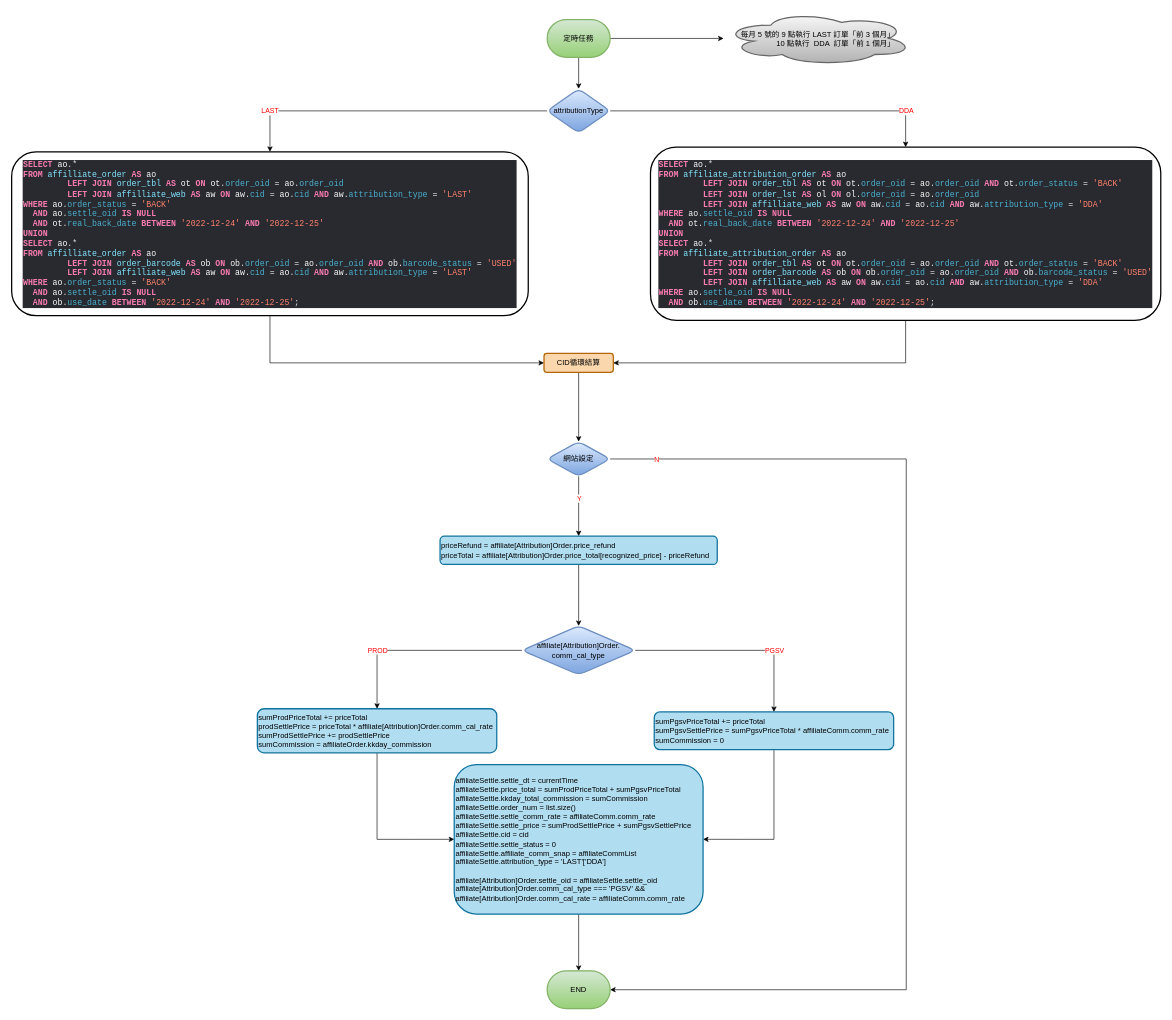
The draw.io diagram 聯盟分潤的業務流程.drawio in mikeah2011/oss, before the edit. Source tidied: cells renumbered, new cells numbered last; positions are measured from the earlier drawing's top-left corner, leaving out a move shared by most shapes. Both pictures are drawn from the tidied source at 63%, with x=0, y=0 at pixel (11, 11).
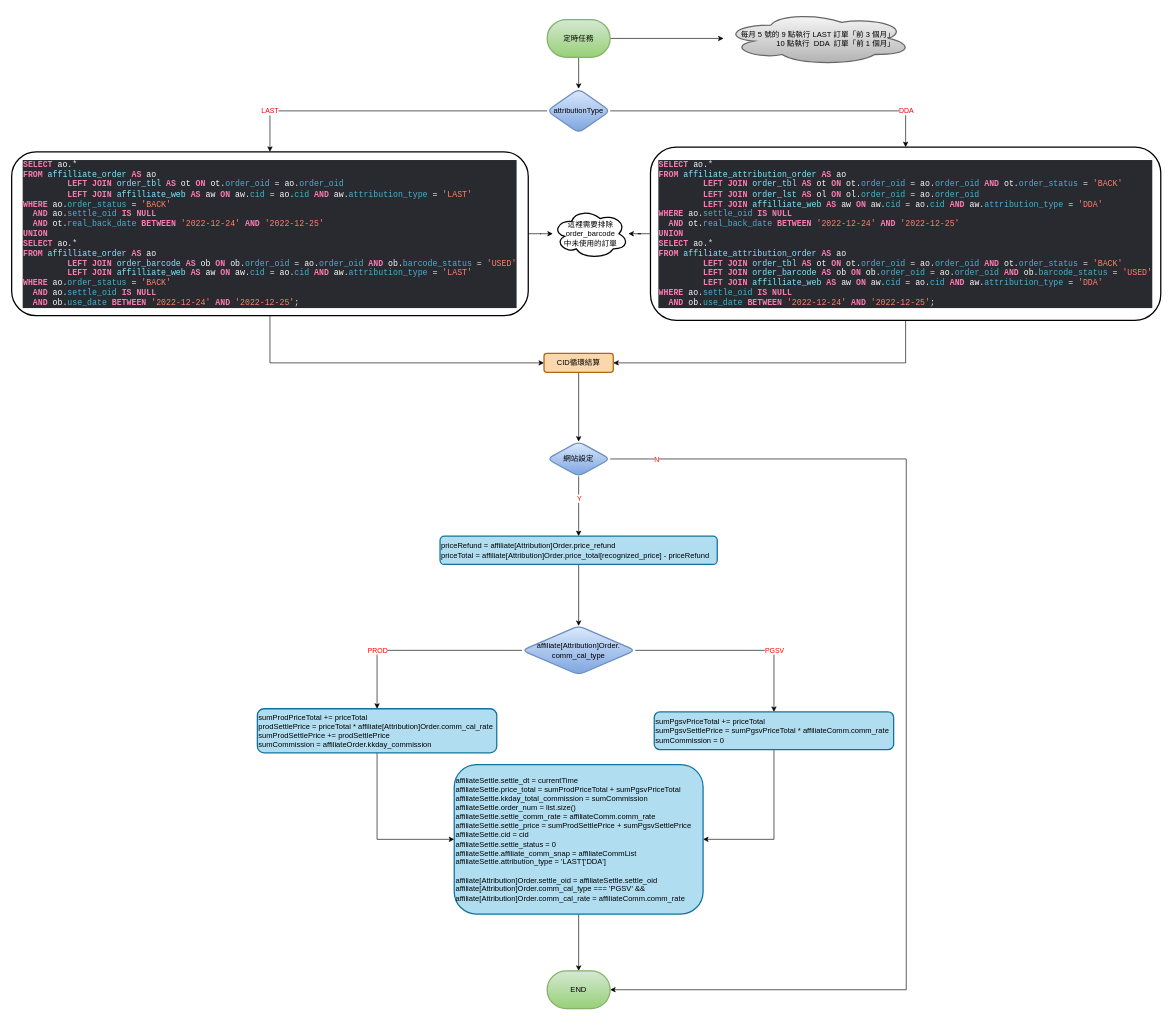
The same page after the edit.

Commit message (it also covers changes not shown here):
更新聯盟分潤的業務流程.drawio

Unchanged cells that the change refers to:
```xml
<mxCell id="10" value="&lt;div style=&quot;caret-color: rgb(0, 0, 0); text-align: start; text-size-adjust: auto;&quot; class=&quot;mind-clipboard&quot;&gt;&lt;div style=&quot;background-color:#292a30;color:#dfdfe0;font-family:'JetBrains Mono',monospace;font-size:9.8pt;&quot;&gt;&lt;pre&gt;&lt;span style=&quot;color:#f97bb0;font-weight:bold;&quot;&gt;SELECT &lt;/span&gt;&lt;span style=&quot;color:#fcfcfc;&quot;&gt;ao&lt;/span&gt;.*&lt;br&gt;&lt;span style=&quot;color:#f97bb0;font-weight:bold;&quot;&gt;FROM &lt;/span&gt;&lt;span style=&quot;color:#82e6ff;&quot;&gt;affilliate_order &lt;/span&gt;&lt;span style=&quot;color:#f97bb0;font-weight:bold;&quot;&gt;AS &lt;/span&gt;&lt;span style=&quot;color:#fcfcfc;&quot;&gt;ao&lt;br&gt;&lt;/span&gt;&lt;span style=&quot;color:#fcfcfc;&quot;&gt;         &lt;/span&gt;&lt;span style=&quot;color:#f97bb0;font-weight:bold;&quot;&gt;LEFT JOIN &lt;/span&gt;&lt;span style=&quot;color:#82e6ff;&quot;&gt;order_tbl &lt;/span&gt;&lt;span style=&quot;color:#f97bb0;font-weight:bold;&quot;&gt;AS &lt;/span&gt;&lt;span style=&quot;color:#fcfcfc;&quot;&gt;ot &lt;/span&gt;&lt;span style=&quot;color:#f97bb0;font-weight:bold;&quot;&gt;ON &lt;/span&gt;&lt;span style=&quot;color:#fcfcfc;&quot;&gt;ot&lt;/span&gt;.&lt;span style=&quot;color:#49b0ce;&quot;&gt;order_oid &lt;/span&gt;= &lt;span style=&quot;color:#fcfcfc;&quot;&gt;ao&lt;/span&gt;.&lt;span style=&quot;color:#49b0ce;&quot;&gt;order_oid&lt;br&gt;&lt;/span&gt;&lt;span style=&quot;color:#49b0ce;&quot;&gt;         &lt;/span&gt;&lt;span style=&quot;color:#f97bb0;font-weight:bold;&quot;&gt;LEFT JOIN &lt;/span&gt;&lt;span style=&quot;color:#82e6ff;&quot;&gt;affilliate_web &lt;/span&gt;&lt;span style=&quot;color:#f97bb0;font-weight:bold;&quot;&gt;AS &lt;/span&gt;&lt;span style=&quot;color:#fcfcfc;&quot;&gt;aw &lt;/span&gt;&lt;span style=&quot;color:#f97bb0;font-weight:bold;&quot;&gt;ON &lt;/span&gt;&lt;span style=&quot;color:#fcfcfc;&quot;&gt;aw&lt;/span&gt;.&lt;span style=&quot;color:#49b0ce;&quot;&gt;cid &lt;/span&gt;= &lt;span style=&quot;color:#fcfcfc;&quot;&gt;ao&lt;/span&gt;.&lt;span style=&quot;color:#49b0ce;&quot;&gt;cid &lt;/span&gt;&lt;span style=&quot;color:#f97bb0;font-weight:bold;&quot;&gt;AND &lt;/span&gt;&lt;span style=&quot;color:#fcfcfc;&quot;&gt;aw&lt;/span&gt;.&lt;span style=&quot;color:#49b0ce;&quot;&gt;attribution_type &lt;/span&gt;= &lt;span style=&quot;color:#ff806c;&quot;&gt;'LAST'&lt;br&gt;&lt;/span&gt;&lt;span style=&quot;color:#f97bb0;font-weight:bold;&quot;&gt;WHERE &lt;/span&gt;&lt;span style=&quot;color:#fcfcfc;&quot;&gt;ao&lt;/span&gt;.&lt;span style=&quot;color:#49b0ce;&quot;&gt;order_status &lt;/span&gt;= &lt;span style=&quot;color:#ff806c;&quot;&gt;'BACK'&lt;br&gt;&lt;/span&gt;&lt;span style=&quot;color:#ff806c;&quot;&gt;  &lt;/span&gt;&lt;span style=&quot;color:#f97bb0;font-weight:bold;&quot;&gt;AND &lt;/span&gt;&lt;span style=&quot;color:#fcfcfc;&quot;&gt;ao&lt;/span&gt;.&lt;span style=&quot;color:#49b0ce;&quot;&gt;settle_oid &lt;/span&gt;&lt;span style=&quot;color:#f97bb0;font-weight:bold;&quot;&gt;IS NULL&lt;br&gt;&lt;/span&gt;&lt;span style=&quot;color:#f97bb0;font-weight:bold;&quot;&gt;  AND &lt;/span&gt;&lt;span style=&quot;color:#fcfcfc;&quot;&gt;ot&lt;/span&gt;.&lt;span style=&quot;color:#49b0ce;&quot;&gt;real_back_date &lt;/span&gt;&lt;span style=&quot;color:#f97bb0;font-weight:bold;&quot;&gt;BETWEEN &lt;/span&gt;&lt;span style=&quot;color:#ff806c;&quot;&gt;'2022-12-24' &lt;/span&gt;&lt;span style=&quot;color:#f97bb0;font-weight:bold;&quot;&gt;AND &lt;/span&gt;&lt;span style=&quot;color:#ff806c;&quot;&gt;'2022-12-25'&lt;br&gt;&lt;/span&gt;&lt;span style=&quot;color:#f97bb0;font-weight:bold;&quot;&gt;UNION&lt;br&gt;&lt;/span&gt;&lt;span style=&quot;color:#f97bb0;font-weight:bold;&quot;&gt;SELECT &lt;/span&gt;&lt;span style=&quot;color:#fcfcfc;&quot;&gt;ao&lt;/span&gt;.*&lt;br&gt;&lt;span style=&quot;color:#f97bb0;font-weight:bold;&quot;&gt;FROM &lt;/span&gt;&lt;span style=&quot;color:#82e6ff;&quot;&gt;affilliate_order &lt;/span&gt;&lt;span style=&quot;color:#f97bb0;font-weight:bold;&quot;&gt;AS &lt;/span&gt;&lt;span style=&quot;color:#fcfcfc;&quot;&gt;ao&lt;br&gt;&lt;/span&gt;&lt;span style=&quot;color:#fcfcfc;&quot;&gt;         &lt;/span&gt;&lt;span style=&quot;color:#f97bb0;font-weight:bold;&quot;&gt;LEFT JOIN &lt;/span&gt;&lt;span style=&quot;color:#82e6ff;&quot;&gt;order_barcode &lt;/span&gt;&lt;span style=&quot;color:#f97bb0;font-weight:bold;&quot;&gt;AS &lt;/span&gt;&lt;span style=&quot;color:#fcfcfc;&quot;&gt;ob &lt;/span&gt;&lt;span style=&quot;color:#f97bb0;font-weight:bold;&quot;&gt;ON &lt;/span&gt;&lt;span style=&quot;color:#fcfcfc;&quot;&gt;ob&lt;/span&gt;.&lt;span style=&quot;color:#49b0ce;&quot;&gt;order_oid &lt;/span&gt;= &lt;span style=&quot;color:#fcfcfc;&quot;&gt;ao&lt;/span&gt;.&lt;span style=&quot;color:#49b0ce;&quot;&gt;order_oid &lt;/span&gt;&lt;span style=&quot;color:#f97bb0;font-weight:bold;&quot;&gt;AND &lt;/span&gt;&lt;span style=&quot;color:#fcfcfc;&quot;&gt;ob&lt;/span&gt;.&lt;span style=&quot;color:#49b0ce;&quot;&gt;barcode_status &lt;/span&gt;= &lt;span style=&quot;color:#ff806c;&quot;&gt;'USED'&lt;br&gt;&lt;/span&gt;&lt;span style=&quot;color:#ff806c;&quot;&gt;         &lt;/span&gt;&lt;span style=&quot;color:#f97bb0;font-weight:bold;&quot;&gt;LEFT JOIN &lt;/span&gt;&lt;span style=&quot;color:#82e6ff;&quot;&gt;affilliate_web &lt;/span&gt;&lt;span style=&quot;color:#f97bb0;font-weight:bold;&quot;&gt;AS &lt;/span&gt;&lt;span style=&quot;color:#fcfcfc;&quot;&gt;aw &lt;/span&gt;&lt;span style=&quot;color:#f97bb0;font-weight:bold;&quot;&gt;ON &lt;/span&gt;&lt;span style=&quot;color:#fcfcfc;&quot;&gt;aw&lt;/span&gt;.&lt;span style=&quot;color:#49b0ce;&quot;&gt;cid &lt;/span&gt;= &lt;span style=&quot;color:#fcfcfc;&quot;&gt;ao&lt;/span&gt;.&lt;span style=&quot;color:#49b0ce;&quot;&gt;cid &lt;/span&gt;&lt;span style=&quot;color:#f97bb0;font-weight:bold;&quot;&gt;AND &lt;/span&gt;&lt;span style=&quot;color:#fcfcfc;&quot;&gt;aw&lt;/span&gt;.&lt;span style=&quot;color:#49b0ce;&quot;&gt;attribution_type &lt;/span&gt;= &lt;span style=&quot;color:#ff806c;&quot;&gt;'LAST'&lt;br&gt;&lt;/span&gt;&lt;span style=&quot;color:#f97bb0;font-weight:bold;&quot;&gt;WHERE &lt;/span&gt;&lt;span style=&quot;color:#fcfcfc;&quot;&gt;ao&lt;/span&gt;.&lt;span style=&quot;color:#49b0ce;&quot;&gt;order_status &lt;/span&gt;= &lt;span style=&quot;color:#ff806c;&quot;&gt;'BACK'&lt;br&gt;&lt;/span&gt;&lt;span style=&quot;color:#ff806c;&quot;&gt;  &lt;/span&gt;&lt;span style=&quot;color:#f97bb0;font-weight:bold;&quot;&gt;AND &lt;/span&gt;&lt;span style=&quot;color:#fcfcfc;&quot;&gt;ao&lt;/span&gt;.&lt;span style=&quot;color:#49b0ce;&quot;&gt;settle_oid &lt;/span&gt;&lt;span style=&quot;color:#f97bb0;font-weight:bold;&quot;&gt;IS NULL&lt;br&gt;&lt;/span&gt;&lt;span style=&quot;color:#f97bb0;font-weight:bold;&quot;&gt;  AND &lt;/span&gt;&lt;span style=&quot;color:#fcfcfc;&quot;&gt;ob&lt;/span&gt;.&lt;span style=&quot;color:#49b0ce;&quot;&gt;use_date &lt;/span&gt;&lt;span style=&quot;color:#f97bb0;font-weight:bold;&quot;&gt;BETWEEN &lt;/span&gt;&lt;span style=&quot;color:#ff806c;&quot;&gt;'2022-12-24' &lt;/span&gt;&lt;span style=&quot;color:#f97bb0;font-weight:bold;&quot;&gt;AND &lt;/span&gt;&lt;span style=&quot;color:#ff806c;&quot;&gt;'2022-12-25'&lt;/span&gt;;&lt;/pre&gt;&lt;/div&gt;&lt;/div&gt;" style="rounded=1;whiteSpace=wrap;html=1;strokeWidth=2;" parent="1" vertex="1">
  <mxGeometry y="222.5" width="820" height="260" as="geometry" />
</mxCell>
<mxCell id="12" value="&lt;div style=&quot;caret-color: rgb(0, 0, 0); text-align: start; text-size-adjust: auto;&quot; class=&quot;mind-clipboard&quot;&gt;&lt;div style=&quot;background-color:#292a30;color:#dfdfe0;font-family:'JetBrains Mono',monospace;font-size:9.8pt;&quot;&gt;&lt;pre&gt;&lt;span style=&quot;color:#f97bb0;font-weight:bold;&quot;&gt;SELECT &lt;/span&gt;&lt;span style=&quot;color:#fcfcfc;&quot;&gt;ao&lt;/span&gt;.*&lt;br&gt;&lt;span style=&quot;color:#f97bb0;font-weight:bold;&quot;&gt;FROM &lt;/span&gt;&lt;span style=&quot;color:#82e6ff;&quot;&gt;affiliate_attribution_order &lt;/span&gt;&lt;span style=&quot;color:#f97bb0;font-weight:bold;&quot;&gt;AS &lt;/span&gt;&lt;span style=&quot;color:#fcfcfc;&quot;&gt;ao&lt;br&gt;&lt;/span&gt;&lt;span style=&quot;color:#fcfcfc;&quot;&gt;         &lt;/span&gt;&lt;span style=&quot;color:#f97bb0;font-weight:bold;&quot;&gt;LEFT JOIN &lt;/span&gt;&lt;span style=&quot;color:#82e6ff;&quot;&gt;order_tbl &lt;/span&gt;&lt;span style=&quot;color:#f97bb0;font-weight:bold;&quot;&gt;AS &lt;/span&gt;&lt;span style=&quot;color:#fcfcfc;&quot;&gt;ot &lt;/span&gt;&lt;span style=&quot;color:#f97bb0;font-weight:bold;&quot;&gt;ON &lt;/span&gt;&lt;span style=&quot;color:#fcfcfc;&quot;&gt;ot&lt;/span&gt;.&lt;span style=&quot;color:#49b0ce;&quot;&gt;order_oid &lt;/span&gt;= &lt;span style=&quot;color:#fcfcfc;&quot;&gt;ao&lt;/span&gt;.&lt;span style=&quot;color:#49b0ce;&quot;&gt;order_oid &lt;/span&gt;&lt;span style=&quot;color:#f97bb0;font-weight:bold;&quot;&gt;AND &lt;/span&gt;&lt;span style=&quot;color:#fcfcfc;&quot;&gt;ot&lt;/span&gt;.&lt;span style=&quot;color:#49b0ce;&quot;&gt;order_status &lt;/span&gt;= &lt;span style=&quot;color:#ff806c;&quot;&gt;'BACK'&lt;br&gt;&lt;/span&gt;&lt;span style=&quot;color:#ff806c;&quot;&gt;         &lt;/span&gt;&lt;span style=&quot;color:#f97bb0;font-weight:bold;&quot;&gt;LEFT JOIN &lt;/span&gt;&lt;span style=&quot;color:#82e6ff;&quot;&gt;order_lst &lt;/span&gt;&lt;span style=&quot;color:#f97bb0;font-weight:bold;&quot;&gt;AS &lt;/span&gt;&lt;span style=&quot;color:#fcfcfc;&quot;&gt;ol &lt;/span&gt;&lt;span style=&quot;color:#f97bb0;font-weight:bold;&quot;&gt;ON &lt;/span&gt;&lt;span style=&quot;color:#fcfcfc;&quot;&gt;ol&lt;/span&gt;.&lt;span style=&quot;color:#49b0ce;&quot;&gt;order_oid &lt;/span&gt;= &lt;span style=&quot;color:#fcfcfc;&quot;&gt;ao&lt;/span&gt;.&lt;span style=&quot;color:#49b0ce;&quot;&gt;order_oid&lt;br&gt;&lt;/span&gt;&lt;span style=&quot;color:#49b0ce;&quot;&gt;         &lt;/span&gt;&lt;span style=&quot;color:#f97bb0;font-weight:bold;&quot;&gt;LEFT JOIN &lt;/span&gt;&lt;span style=&quot;color:#82e6ff;&quot;&gt;affilliate_web &lt;/span&gt;&lt;span style=&quot;color:#f97bb0;font-weight:bold;&quot;&gt;AS &lt;/span&gt;&lt;span style=&quot;color:#fcfcfc;&quot;&gt;aw &lt;/span&gt;&lt;span style=&quot;color:#f97bb0;font-weight:bold;&quot;&gt;ON &lt;/span&gt;&lt;span style=&quot;color:#fcfcfc;&quot;&gt;aw&lt;/span&gt;.&lt;span style=&quot;color:#49b0ce;&quot;&gt;cid &lt;/span&gt;= &lt;span style=&quot;color:#fcfcfc;&quot;&gt;ao&lt;/span&gt;.&lt;span style=&quot;color:#49b0ce;&quot;&gt;cid &lt;/span&gt;&lt;span style=&quot;color:#f97bb0;font-weight:bold;&quot;&gt;AND &lt;/span&gt;&lt;span style=&quot;color:#fcfcfc;&quot;&gt;aw&lt;/span&gt;.&lt;span style=&quot;color:#49b0ce;&quot;&gt;attribution_type &lt;/span&gt;= &lt;span style=&quot;color:#ff806c;&quot;&gt;'DDA'&lt;br&gt;&lt;/span&gt;&lt;span style=&quot;color:#f97bb0;font-weight:bold;&quot;&gt;WHERE &lt;/span&gt;&lt;span style=&quot;color:#fcfcfc;&quot;&gt;ao&lt;/span&gt;.&lt;span style=&quot;color:#49b0ce;&quot;&gt;settle_oid &lt;/span&gt;&lt;span style=&quot;color:#f97bb0;font-weight:bold;&quot;&gt;IS NULL&lt;br&gt;&lt;/span&gt;&lt;span style=&quot;color:#f97bb0;font-weight:bold;&quot;&gt;  AND &lt;/span&gt;&lt;span style=&quot;color:#fcfcfc;&quot;&gt;ot&lt;/span&gt;.&lt;span style=&quot;color:#49b0ce;&quot;&gt;real_back_date &lt;/span&gt;&lt;span style=&quot;color:#f97bb0;font-weight:bold;&quot;&gt;BETWEEN &lt;/span&gt;&lt;span style=&quot;color:#ff806c;&quot;&gt;'2022-12-24' &lt;/span&gt;&lt;span style=&quot;color:#f97bb0;font-weight:bold;&quot;&gt;AND &lt;/span&gt;&lt;span style=&quot;color:#ff806c;&quot;&gt;'2022-12-25'&lt;br&gt;&lt;/span&gt;&lt;span style=&quot;color:#f97bb0;font-weight:bold;&quot;&gt;UNION&lt;br&gt;&lt;/span&gt;&lt;span style=&quot;color:#f97bb0;font-weight:bold;&quot;&gt;SELECT &lt;/span&gt;&lt;span style=&quot;color:#fcfcfc;&quot;&gt;ao&lt;/span&gt;.*&lt;br&gt;&lt;span style=&quot;color:#f97bb0;font-weight:bold;&quot;&gt;FROM &lt;/span&gt;&lt;span style=&quot;color:#82e6ff;&quot;&gt;affiliate_attribution_order &lt;/span&gt;&lt;span style=&quot;color:#f97bb0;font-weight:bold;&quot;&gt;AS &lt;/span&gt;&lt;span style=&quot;color:#fcfcfc;&quot;&gt;ao&lt;br&gt;&lt;/span&gt;&lt;span style=&quot;color:#fcfcfc;&quot;&gt;         &lt;/span&gt;&lt;span style=&quot;color:#f97bb0;font-weight:bold;&quot;&gt;LEFT JOIN &lt;/span&gt;&lt;span style=&quot;color:#82e6ff;&quot;&gt;order_tbl &lt;/span&gt;&lt;span style=&quot;color:#f97bb0;font-weight:bold;&quot;&gt;AS &lt;/span&gt;&lt;span style=&quot;color:#fcfcfc;&quot;&gt;ot &lt;/span&gt;&lt;span style=&quot;color:#f97bb0;font-weight:bold;&quot;&gt;ON &lt;/span&gt;&lt;span style=&quot;color:#fcfcfc;&quot;&gt;ot&lt;/span&gt;.&lt;span style=&quot;color:#49b0ce;&quot;&gt;order_oid &lt;/span&gt;= &lt;span style=&quot;color:#fcfcfc;&quot;&gt;ao&lt;/span&gt;.&lt;span style=&quot;color:#49b0ce;&quot;&gt;order_oid &lt;/span&gt;&lt;span style=&quot;color:#f97bb0;font-weight:bold;&quot;&gt;AND &lt;/span&gt;&lt;span style=&quot;color:#fcfcfc;&quot;&gt;ot&lt;/span&gt;.&lt;span style=&quot;color:#49b0ce;&quot;&gt;order_status &lt;/span&gt;= &lt;span style=&quot;color:#ff806c;&quot;&gt;'BACK'&lt;br&gt;&lt;/span&gt;&lt;span style=&quot;color:#ff806c;&quot;&gt;         &lt;/span&gt;&lt;span style=&quot;color:#f97bb0;font-weight:bold;&quot;&gt;LEFT JOIN &lt;/span&gt;&lt;span style=&quot;color:#82e6ff;&quot;&gt;order_barcode &lt;/span&gt;&lt;span style=&quot;color:#f97bb0;font-weight:bold;&quot;&gt;AS &lt;/span&gt;&lt;span style=&quot;color:#fcfcfc;&quot;&gt;ob &lt;/span&gt;&lt;span style=&quot;color:#f97bb0;font-weight:bold;&quot;&gt;ON &lt;/span&gt;&lt;span style=&quot;color:#fcfcfc;&quot;&gt;ob&lt;/span&gt;.&lt;span style=&quot;color:#49b0ce;&quot;&gt;order_oid &lt;/span&gt;= &lt;span style=&quot;color:#fcfcfc;&quot;&gt;ao&lt;/span&gt;.&lt;span style=&quot;color:#49b0ce;&quot;&gt;order_oid &lt;/span&gt;&lt;span style=&quot;color:#f97bb0;font-weight:bold;&quot;&gt;AND &lt;/span&gt;&lt;span style=&quot;color:#fcfcfc;&quot;&gt;ob&lt;/span&gt;.&lt;span style=&quot;color:#49b0ce;&quot;&gt;barcode_status &lt;/span&gt;= &lt;span style=&quot;color:#ff806c;&quot;&gt;'USED'&lt;br&gt;&lt;/span&gt;&lt;span style=&quot;color:#ff806c;&quot;&gt;         &lt;/span&gt;&lt;span style=&quot;color:#f97bb0;font-weight:bold;&quot;&gt;LEFT JOIN &lt;/span&gt;&lt;span style=&quot;color:#82e6ff;&quot;&gt;affilliate_web &lt;/span&gt;&lt;span style=&quot;color:#f97bb0;font-weight:bold;&quot;&gt;AS &lt;/span&gt;&lt;span style=&quot;color:#fcfcfc;&quot;&gt;aw &lt;/span&gt;&lt;span style=&quot;color:#f97bb0;font-weight:bold;&quot;&gt;ON &lt;/span&gt;&lt;span style=&quot;color:#fcfcfc;&quot;&gt;aw&lt;/span&gt;.&lt;span style=&quot;color:#49b0ce;&quot;&gt;cid &lt;/span&gt;= &lt;span style=&quot;color:#fcfcfc;&quot;&gt;ao&lt;/span&gt;.&lt;span style=&quot;color:#49b0ce;&quot;&gt;cid &lt;/span&gt;&lt;span style=&quot;color:#f97bb0;font-weight:bold;&quot;&gt;AND &lt;/span&gt;&lt;span style=&quot;color:#fcfcfc;&quot;&gt;aw&lt;/span&gt;.&lt;span style=&quot;color:#49b0ce;&quot;&gt;attribution_type &lt;/span&gt;= &lt;span style=&quot;color:#ff806c;&quot;&gt;'DDA'&lt;br&gt;&lt;/span&gt;&lt;span style=&quot;color:#f97bb0;font-weight:bold;&quot;&gt;WHERE &lt;/span&gt;&lt;span style=&quot;color:#fcfcfc;&quot;&gt;ao&lt;/span&gt;.&lt;span style=&quot;color:#49b0ce;&quot;&gt;settle_oid &lt;/span&gt;&lt;span style=&quot;color:#f97bb0;font-weight:bold;&quot;&gt;IS NULL&lt;br&gt;&lt;/span&gt;&lt;span style=&quot;color:#f97bb0;font-weight:bold;&quot;&gt;  AND &lt;/span&gt;&lt;span style=&quot;color:#fcfcfc;&quot;&gt;ob&lt;/span&gt;.&lt;span style=&quot;color:#49b0ce;&quot;&gt;use_date &lt;/span&gt;&lt;span style=&quot;color:#f97bb0;font-weight:bold;&quot;&gt;BETWEEN &lt;/span&gt;&lt;span style=&quot;color:#ff806c;&quot;&gt;'2022-12-24' &lt;/span&gt;&lt;span style=&quot;color:#f97bb0;font-weight:bold;&quot;&gt;AND &lt;/span&gt;&lt;span style=&quot;color:#ff806c;&quot;&gt;'2022-12-25'&lt;/span&gt;;&lt;/pre&gt;&lt;/div&gt;&lt;/div&gt;" style="rounded=1;whiteSpace=wrap;html=1;strokeWidth=2;" parent="1" vertex="1">
  <mxGeometry x="1014" y="215" width="810" height="275" as="geometry" />
</mxCell>
```

What changed in the source:
```diff
@@
+    <mxCell id="36" style="edgeStyle=orthogonalEdgeStyle;rounded=0;jettySize=auto;html=1;fontColor=#FF0000;" parent="1" edge="1" source="10" target="38">
+      <mxGeometry relative="1" as="geometry" />
+    </mxCell>
@@
+    <mxCell id="37" style="edgeStyle=orthogonalEdgeStyle;rounded=0;jettySize=auto;html=1;fontColor=#FF0000;" parent="1" edge="1" source="12" target="38">
+      <mxGeometry relative="1" as="geometry" />
+    </mxCell>
@@
+    <mxCell id="38" value="這裡需要排除order_barcode&lt;br&gt;中未使用的訂單" style="ellipse;shape=cloud;whiteSpace=wrap;html=1;rounded=1;strokeWidth=2;" parent="1" vertex="1">
+      <mxGeometry x="859" y="312.5" width="120" height="80" as="geometry" />
+    </mxCell>
```
